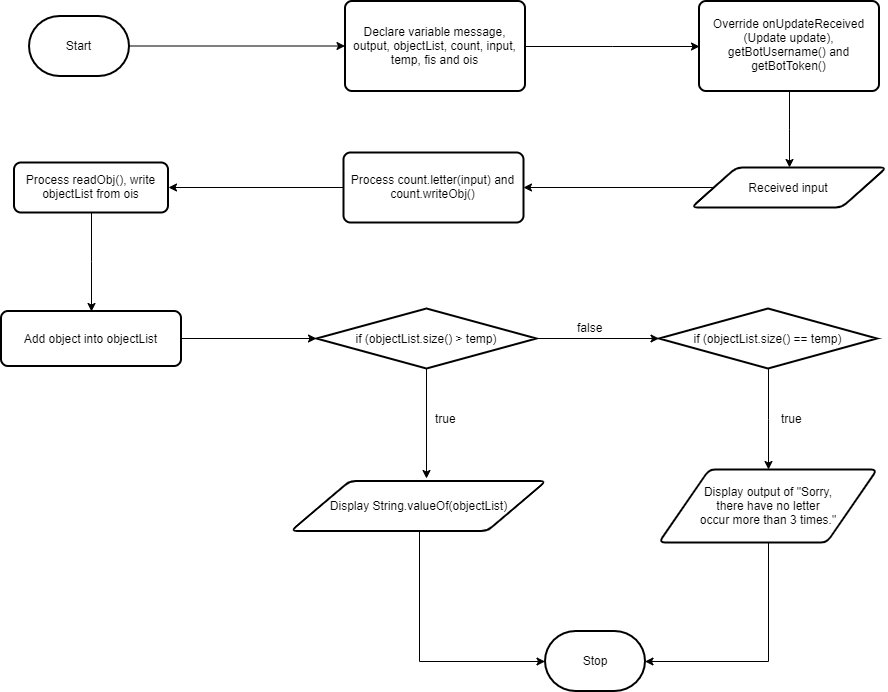
Before: images/FlowDiagram_MyBot.png, a diagram exported from draw.io (LimWenLiang/Assignment-3). Source tidied: cells renumbered, new cells last; positions are measured from the earlier drawing's top-left corner, leaving out a move shared by most shapes.
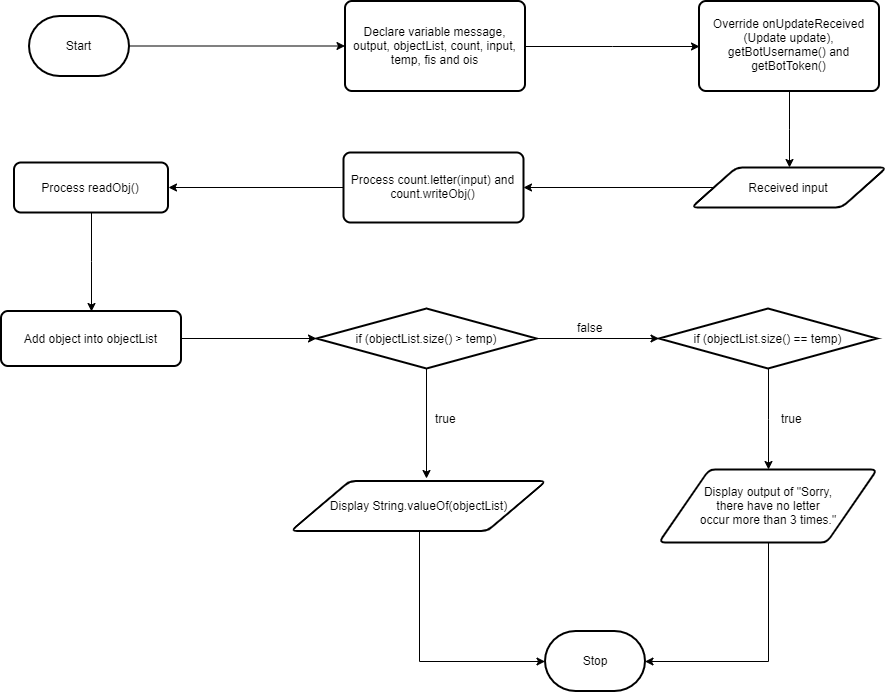
The same file after the commit.

Change to the diagram source:
```diff
@@ -35,7 +35,7 @@
     <mxCell id="12" style="edgeStyle=orthogonalEdgeStyle;rounded=0;jettySize=auto;html=1;entryX=0.5;entryY=0;entryDx=0;entryDy=0;" parent="1" edge="1" source="13" target="15">
       <mxGeometry relative="1" as="geometry" />
     </mxCell>
-    <mxCell id="13" value="Process readObj(), write objectList from ois" style="rounded=1;whiteSpace=wrap;html=1;absoluteArcSize=1;arcSize=14;strokeWidth=2;" parent="1" vertex="1">
+    <mxCell id="13" value="Process readObj()" style="rounded=1;whiteSpace=wrap;html=1;absoluteArcSize=1;arcSize=14;strokeWidth=2;" parent="1" vertex="1">
       <mxGeometry x="13.5" y="161" width="154" height="50" as="geometry" />
     </mxCell>
     <mxCell id="14" style="edgeStyle=orthogonalEdgeStyle;rounded=0;jettySize=auto;html=1;" parent="1" edge="1" source="15" target="18">
```
